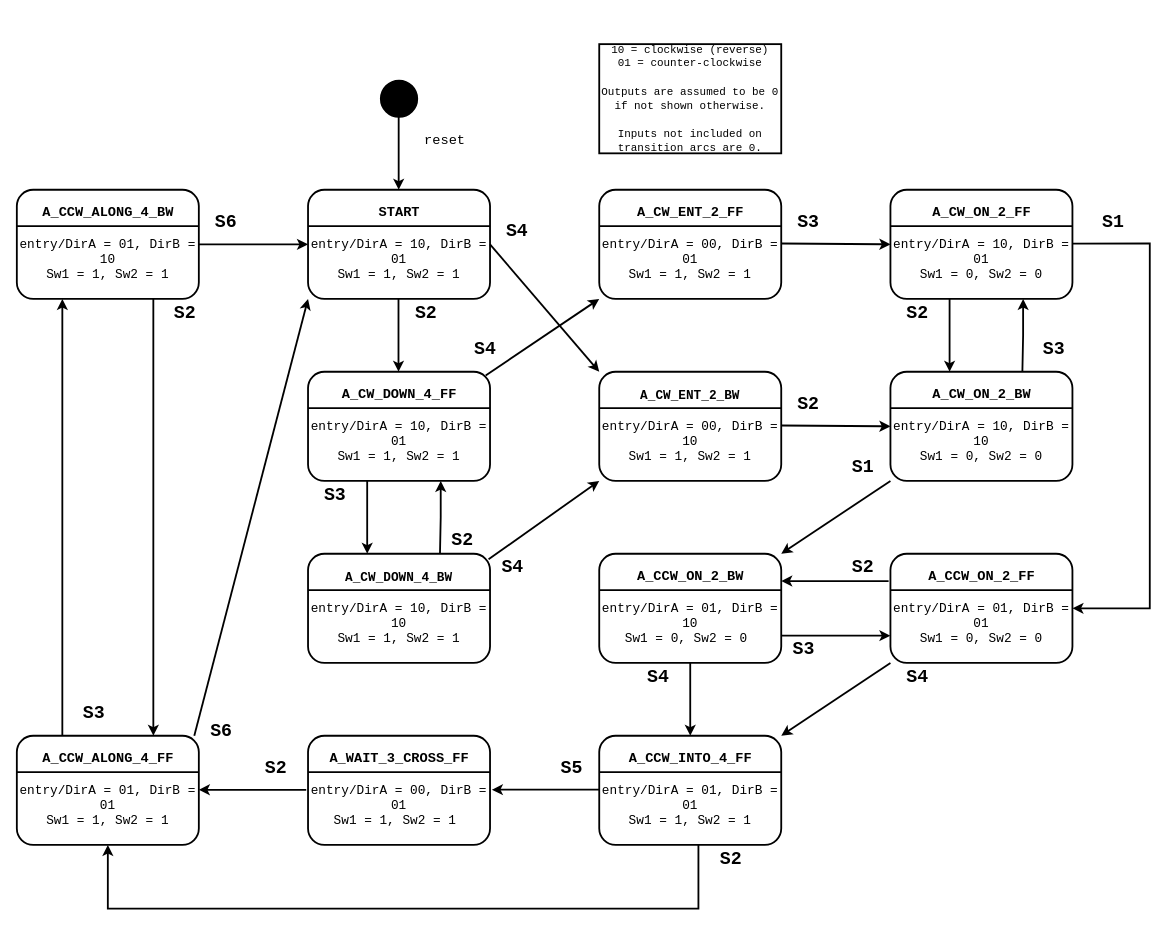
The draw.io diagram page "Lab6PreLab" (4 of 4) of CS1301/Untitled Diagram.drawio in printjoshhere/CS1301, before the edit. Source tidied: cells renumbered, new cells numbered last; positions are measured from the earlier drawing's top-left corner, leaving out a move shared by most shapes. Both pictures are drawn from the tidied source at 91%, with x=0, y=0 at pixel (16, 44).
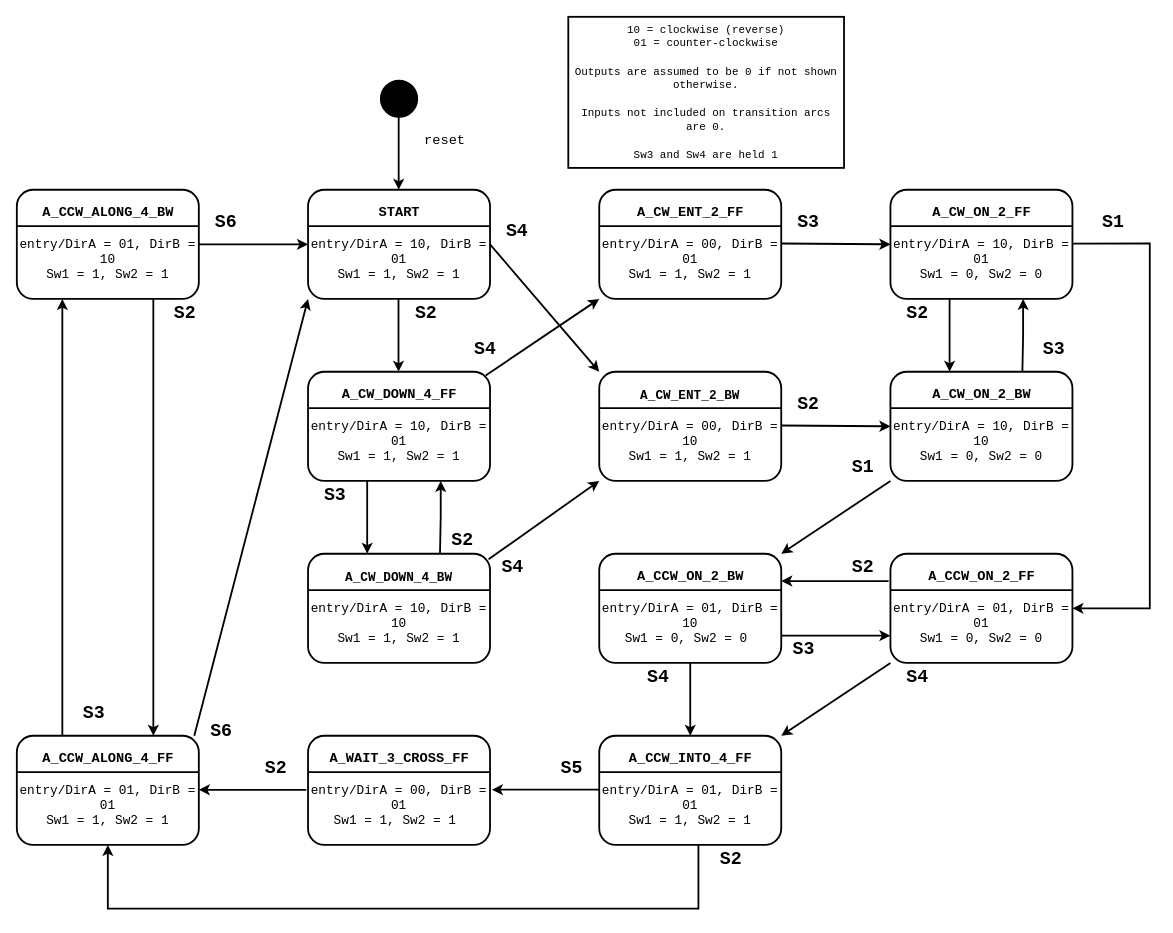
Above is the later version.

Diff of the diagram source:
```diff
@@
-    <mxCell id="7" value="&lt;font face=&quot;consolas&quot;&gt;10 = clockwise (reverse)&lt;br&gt;01 = counter-clockwise&lt;br&gt;&lt;br&gt;Outputs are assumed to be 0 if not shown otherwise.&lt;br&gt;&lt;br&gt;Inputs not included on transition arcs are 0.&lt;br&gt;&lt;/font&gt;" style="rounded=0;whiteSpace=wrap;html=1;strokeWidth=2;" parent="1" vertex="1">
-      <mxGeometry x="640" width="200" height="120" as="geometry" />
+    <mxCell id="7" value="&lt;font face=&quot;consolas&quot;&gt;10 = clockwise (reverse)&lt;br&gt;01 = counter-clockwise&lt;br&gt;&lt;br&gt;Outputs are assumed to be 0 if not shown otherwise.&lt;br&gt;&lt;br&gt;Inputs not included on transition arcs are 0.&lt;br&gt;&lt;br&gt;Sw3 and Sw4 are held 1&lt;br&gt;&lt;/font&gt;" style="rounded=0;whiteSpace=wrap;html=1;strokeWidth=2;" parent="1" vertex="1">
+      <mxGeometry x="606" y="-30" width="303" height="166" as="geometry" />
     </mxCell>
```
